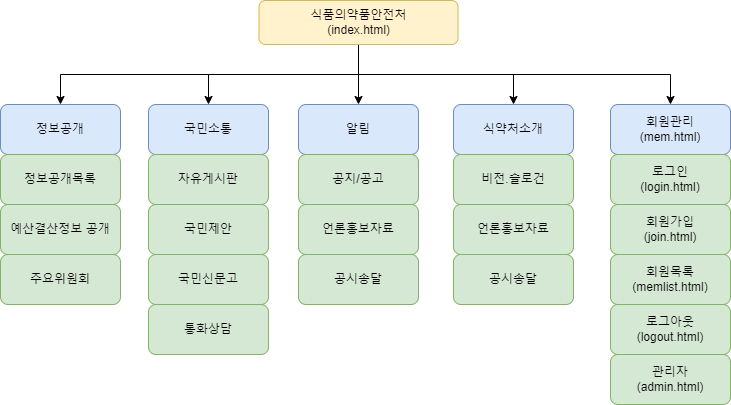
The draw.io diagram readmeImg/menu.png in Rua1006/Pro07, before a commit. Source tidied: cells renumbered, new cells last; positions are measured from the earlier drawing's top-left corner, leaving out a move shared by most shapes.
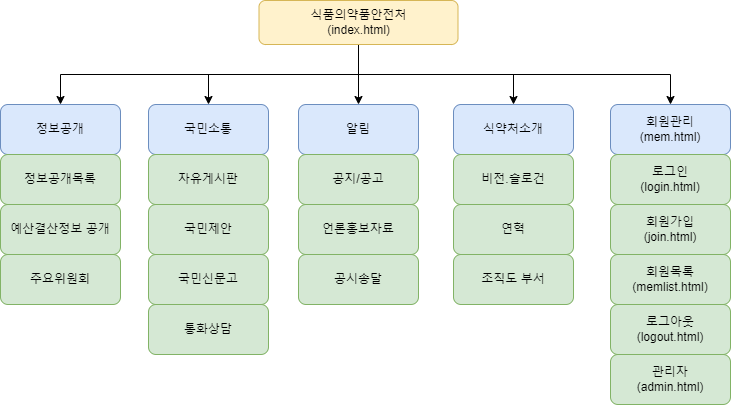
After the commit.

Change to the diagram source:
```diff
@@ -83,10 +83,10 @@
     <mxCell id="28" value="비전.슬로건" style="rounded=1;whiteSpace=wrap;html=1;fillColor=#d5e8d4;strokeColor=#82b366;" parent="1" vertex="1">
       <mxGeometry x="453" y="154" width="120" height="50" as="geometry" />
     </mxCell>
-    <mxCell id="29" value="언론홍보자료" style="rounded=1;whiteSpace=wrap;html=1;fillColor=#d5e8d4;strokeColor=#82b366;" parent="1" vertex="1">
+    <mxCell id="29" value="연혁" style="rounded=1;whiteSpace=wrap;html=1;fillColor=#d5e8d4;strokeColor=#82b366;" parent="1" vertex="1">
       <mxGeometry x="453" y="204" width="120" height="50" as="geometry" />
     </mxCell>
-    <mxCell id="30" value="공시송달" style="rounded=1;whiteSpace=wrap;html=1;fillColor=#d5e8d4;strokeColor=#82b366;" parent="1" vertex="1">
+    <mxCell id="30" value="조직도 부서" style="rounded=1;whiteSpace=wrap;html=1;fillColor=#d5e8d4;strokeColor=#82b366;" parent="1" vertex="1">
       <mxGeometry x="453" y="254" width="120" height="50" as="geometry" />
     </mxCell>
   </root>
```
